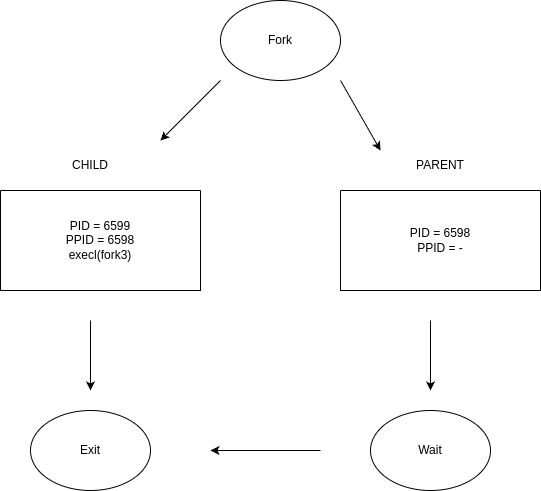
Earlier version of the draw.io export UTS/img/fork05v.png (ARVAZAKI/SysOP-3123500014). Source tidied: cells renumbered, new cells last; positions are measured from the earlier drawing's top-left corner, leaving out a move shared by most shapes. The source it was exported from:
```xml
<mxGraphModel>
  <root>
    <mxCell id="0" />
    <mxCell id="1" parent="0" />
    <mxCell id="2" style="swimlane;startSize=0;" parent="1" vertex="1">
      <mxGeometry y="190" width="200" height="100" as="geometry" />
    </mxCell>
    <mxCell id="3" value="PID = 6599&lt;div&gt;PPID = 6598&lt;/div&gt;&lt;div&gt;execl(fork3)&lt;/div&gt;" style="text;html=1;align=center;verticalAlign=middle;whiteSpace=wrap;rounded=0;" parent="2" vertex="1">
      <mxGeometry x="20" y="22.5" width="160" height="55" as="geometry" />
    </mxCell>
    <mxCell id="4" value="CHILD" style="text;html=1;align=center;verticalAlign=middle;whiteSpace=wrap;rounded=0;" parent="1" vertex="1">
      <mxGeometry x="60" y="150" width="60" height="30" as="geometry" />
    </mxCell>
    <mxCell id="5" style="swimlane;startSize=0;" parent="1" vertex="1">
      <mxGeometry x="340" y="190" width="200" height="100" as="geometry" />
    </mxCell>
    <mxCell id="6" value="PID = 6598&lt;div&gt;PPID = -&lt;/div&gt;" style="text;html=1;align=center;verticalAlign=middle;whiteSpace=wrap;rounded=0;" parent="5" vertex="1">
      <mxGeometry x="20" y="22.5" width="160" height="55" as="geometry" />
    </mxCell>
    <mxCell id="7" value="PARENT" style="text;html=1;align=center;verticalAlign=middle;whiteSpace=wrap;rounded=0;" parent="1" vertex="1">
      <mxGeometry x="410" y="150" width="60" height="30" as="geometry" />
    </mxCell>
    <mxCell id="8" style="endArrow=classic;html=1;rounded=0;" parent="1" edge="1">
      <mxGeometry relative="1" as="geometry">
        <mxPoint x="220" y="80" as="sourcePoint" />
        <mxPoint x="160" y="140" as="targetPoint" />
      </mxGeometry>
    </mxCell>
    <mxCell id="9" style="endArrow=classic;html=1;rounded=0;" parent="1" edge="1">
      <mxGeometry relative="1" as="geometry">
        <mxPoint x="340" y="80" as="sourcePoint" />
        <mxPoint x="380" y="150" as="targetPoint" />
      </mxGeometry>
    </mxCell>
    <mxCell id="10" style="group;" parent="1" vertex="1">
      <mxGeometry x="220" width="120" height="80" as="geometry" />
    </mxCell>
    <mxCell id="11" style="ellipse;whiteSpace=wrap;html=1;" parent="10" vertex="1">
      <mxGeometry width="120" height="80" as="geometry" />
    </mxCell>
    <mxCell id="12" value="Fork" style="text;html=1;align=center;verticalAlign=middle;whiteSpace=wrap;rounded=0;" parent="10" vertex="1">
      <mxGeometry x="30" y="25" width="60" height="30" as="geometry" />
    </mxCell>
    <mxCell id="13" style="ellipse;whiteSpace=wrap;html=1;" parent="1" vertex="1">
      <mxGeometry x="370" y="410" width="120" height="80" as="geometry" />
    </mxCell>
    <mxCell id="14" value="Wait" style="text;html=1;align=center;verticalAlign=middle;whiteSpace=wrap;rounded=0;" parent="1" vertex="1">
      <mxGeometry x="400" y="435" width="60" height="30" as="geometry" />
    </mxCell>
    <mxCell id="15" style="ellipse;whiteSpace=wrap;html=1;" parent="1" vertex="1">
      <mxGeometry x="30" y="410" width="120" height="80" as="geometry" />
    </mxCell>
    <mxCell id="16" style="endArrow=classic;html=1;rounded=0;" parent="1" edge="1">
      <mxGeometry relative="1" as="geometry">
        <mxPoint x="430" y="320" as="sourcePoint" />
        <mxPoint x="430" y="390" as="targetPoint" />
      </mxGeometry>
    </mxCell>
    <mxCell id="17" style="endArrow=classic;html=1;rounded=0;" parent="1" edge="1">
      <mxGeometry relative="1" as="geometry">
        <mxPoint x="320" y="450" as="sourcePoint" />
        <mxPoint x="210" y="450" as="targetPoint" />
      </mxGeometry>
    </mxCell>
    <mxCell id="18" style="endArrow=classic;html=1;rounded=0;" parent="1" edge="1">
      <mxGeometry relative="1" as="geometry">
        <mxPoint x="90" y="320" as="sourcePoint" />
        <mxPoint x="90" y="390" as="targetPoint" />
      </mxGeometry>
    </mxCell>
    <mxCell id="19" value="Exit" style="text;html=1;align=center;verticalAlign=middle;whiteSpace=wrap;rounded=0;" parent="1" vertex="1">
      <mxGeometry x="60" y="435" width="60" height="30" as="geometry" />
    </mxCell>
  </root>
</mxGraphModel>
```
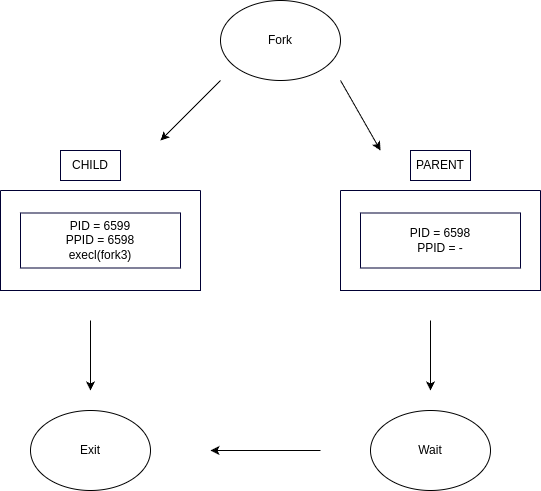
Later version of the same file.

Change to the diagram source:
```diff
@@ -2,22 +2,22 @@
   <root>
     <mxCell id="0" />
     <mxCell id="1" parent="0" />
-    <mxCell id="2" style="swimlane;startSize=0;" parent="1" vertex="1">
+    <mxCell id="2" style="swimlane;startSize=0;strokeColor=#000033;" parent="1" vertex="1">
       <mxGeometry y="190" width="200" height="100" as="geometry" />
     </mxCell>
-    <mxCell id="3" value="PID = 6599&lt;div&gt;PPID = 6598&lt;/div&gt;&lt;div&gt;execl(fork3)&lt;/div&gt;" style="text;html=1;align=center;verticalAlign=middle;whiteSpace=wrap;rounded=0;" parent="2" vertex="1">
+    <mxCell id="3" value="PID = 6599&lt;div&gt;PPID = 6598&lt;/div&gt;&lt;div&gt;execl(fork3)&lt;/div&gt;" style="text;html=1;align=center;verticalAlign=middle;whiteSpace=wrap;rounded=0;strokeColor=#000033;" parent="2" vertex="1">
       <mxGeometry x="20" y="22.5" width="160" height="55" as="geometry" />
     </mxCell>
-    <mxCell id="4" value="CHILD" style="text;html=1;align=center;verticalAlign=middle;whiteSpace=wrap;rounded=0;" parent="1" vertex="1">
+    <mxCell id="4" value="CHILD" style="text;html=1;align=center;verticalAlign=middle;whiteSpace=wrap;rounded=0;strokeColor=#000033;" parent="1" vertex="1">
       <mxGeometry x="60" y="150" width="60" height="30" as="geometry" />
     </mxCell>
-    <mxCell id="5" style="swimlane;startSize=0;" parent="1" vertex="1">
+    <mxCell id="5" style="swimlane;startSize=0;strokeColor=#000033;" parent="1" vertex="1">
       <mxGeometry x="340" y="190" width="200" height="100" as="geometry" />
     </mxCell>
-    <mxCell id="6" value="PID = 6598&lt;div&gt;PPID = -&lt;/div&gt;" style="text;html=1;align=center;verticalAlign=middle;whiteSpace=wrap;rounded=0;" parent="5" vertex="1">
+    <mxCell id="6" value="PID = 6598&lt;div&gt;PPID = -&lt;/div&gt;" style="text;html=1;align=center;verticalAlign=middle;whiteSpace=wrap;rounded=0;strokeColor=#000033;" parent="5" vertex="1">
       <mxGeometry x="20" y="22.5" width="160" height="55" as="geometry" />
     </mxCell>
-    <mxCell id="7" value="PARENT" style="text;html=1;align=center;verticalAlign=middle;whiteSpace=wrap;rounded=0;" parent="1" vertex="1">
+    <mxCell id="7" value="PARENT" style="text;html=1;align=center;verticalAlign=middle;whiteSpace=wrap;rounded=0;strokeColor=#000033;" parent="1" vertex="1">
       <mxGeometry x="410" y="150" width="60" height="30" as="geometry" />
     </mxCell>
     <mxCell id="8" style="endArrow=classic;html=1;rounded=0;" parent="1" edge="1">
```
